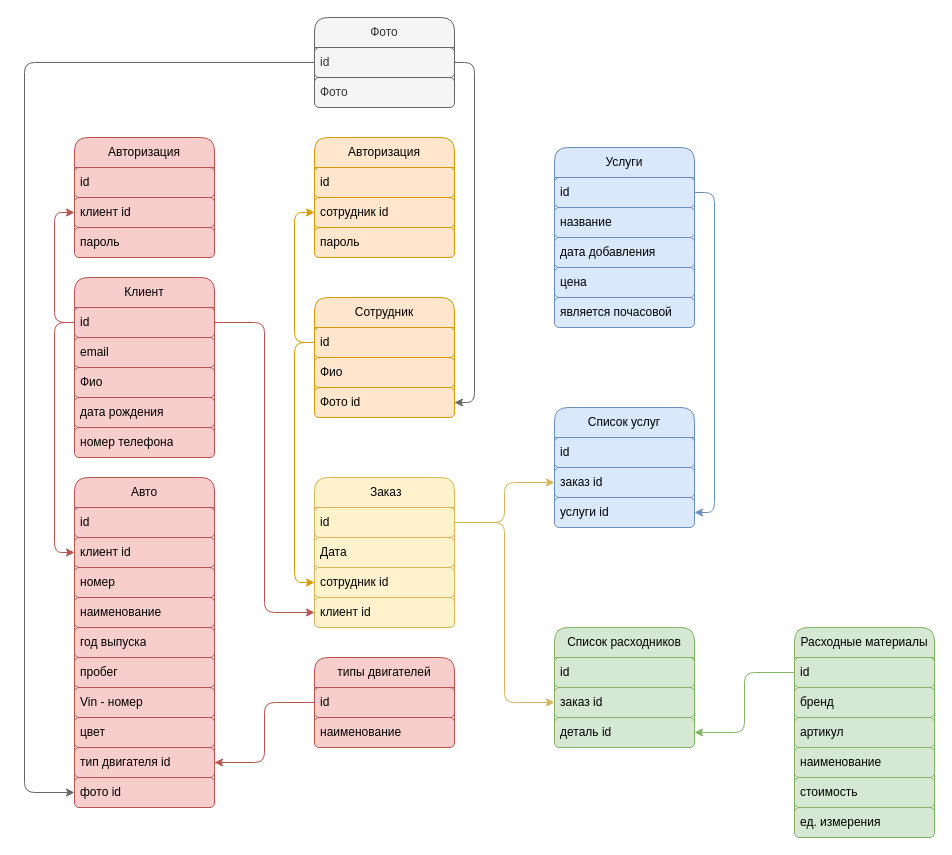
This is Schemes/Логическая модель БД.drawio from Citizen-code/CourseWork, a draw.io file, before an edit. Source tidied: cells renumbered, new cells numbered last; positions are measured from the earlier drawing's top-left corner, leaving out a move shared by most shapes. Both pictures are drawn from the tidied source at 100%, with x=0, y=0 at pixel (24, 17).
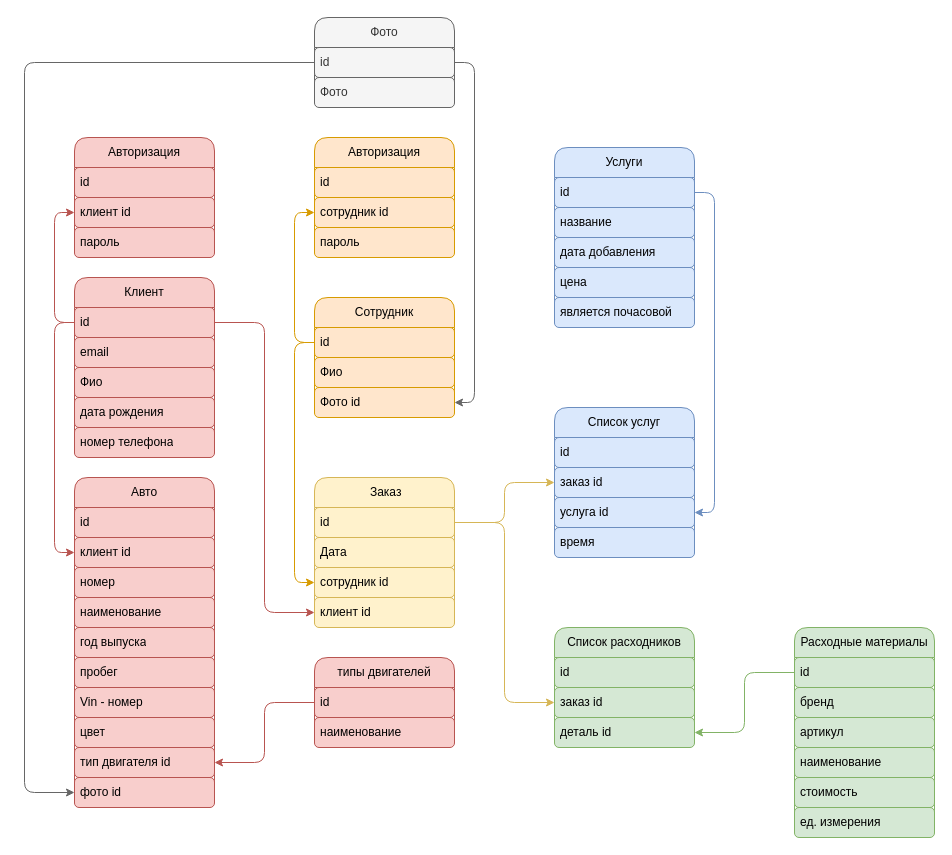
The same diagram, later.

Commit message (it also covers changes not shown here):
Добавлено поле время

Change to the diagram source:
```diff
@@
     <mxCell id="42" value="Список услуг" style="swimlane;fontStyle=0;horizontal=1;startSize=30;whiteSpace=wrap;html=1;fillColor=#dae8fc;strokeColor=#6c8ebf;shadow=0;rounded=1;" parent="1" vertex="1">
-      <mxGeometry x="530" y="390" width="140" height="120" as="geometry" />
+      <mxGeometry x="530" y="390" width="140" height="150" as="geometry" />
     </mxCell>
@@
-    <mxCell id="45" value="услуги id" style="text;strokeColor=#6c8ebf;fillColor=#dae8fc;align=left;verticalAlign=middle;spacingLeft=4;spacingRight=4;overflow=hidden;points=[[0,0.5],[1,0.5]];portConstraint=eastwest;whiteSpace=wrap;html=1;shadow=0;rounded=1;" parent="42" vertex="1">
+    <mxCell id="45" value="услуга id" style="text;strokeColor=#6c8ebf;fillColor=#dae8fc;align=left;verticalAlign=middle;spacingLeft=4;spacingRight=4;overflow=hidden;points=[[0,0.5],[1,0.5]];portConstraint=eastwest;whiteSpace=wrap;html=1;shadow=0;rounded=1;" parent="42" vertex="1">
       <mxGeometry y="90" width="140" height="30" as="geometry" />
     </mxCell>
+    <mxCell id="76" value="время" style="text;strokeColor=#6c8ebf;fillColor=#dae8fc;align=left;verticalAlign=middle;spacingLeft=4;spacingRight=4;overflow=hidden;whiteSpace=wrap;html=1;shadow=0;rounded=1;" parent="42" vertex="1">
+      <mxGeometry y="120" width="140" height="30" as="geometry" />
+    </mxCell>
```
